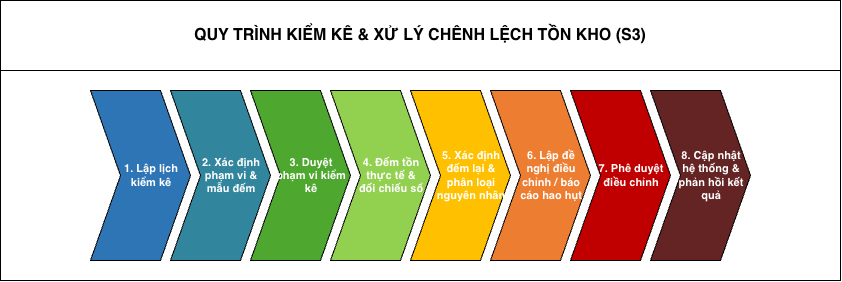
Above: docs/workspaces/NguyenCongHung/svg/bpmn-chevron-s3.drawio.png in anthinh-io/bpm-acfc-vietnam-analysis (draw.io), before the change. Source tidied: cells renumbered, new cells last; positions are measured from the earlier drawing's top-left corner, leaving out a move shared by most shapes.
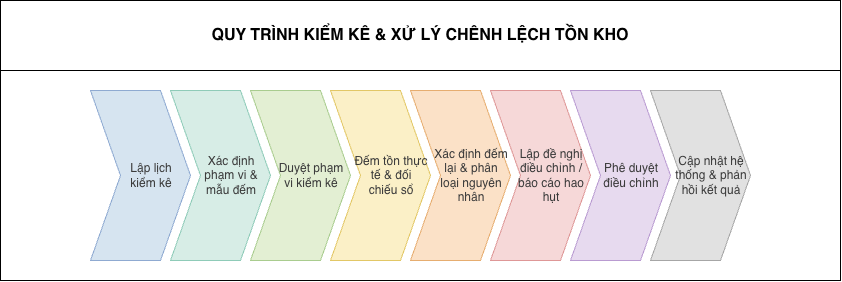
The same file after the commit.

Change to the diagram source:
```diff
@@ -2,34 +2,34 @@
   <root>
     <mxCell id="0" />
     <mxCell id="1" parent="0" />
-    <mxCell id="2" value="QUY TRÌNH KIỂM KÊ &amp; XỬ LÝ CHÊNH LỆCH TỒN KHO (S3)" style="rounded=0;whiteSpace=wrap;html=1;align=center;verticalAlign=middle;fontSize=16;fontStyle=1;fontColor=#000000;" parent="1" vertex="1">
+    <mxCell id="2" value="QUY TRÌNH KIỂM KÊ &amp; XỬ LÝ CHÊNH LỆCH TỒN KHO" style="rounded=0;whiteSpace=wrap;html=1;align=center;verticalAlign=middle;fontSize=16;fontStyle=1;fontColor=#000000;" parent="1" vertex="1">
       <mxGeometry width="840" height="70" as="geometry" />
     </mxCell>
     <mxCell id="3" style="rounded=0;whiteSpace=wrap;html=1;" parent="1" vertex="1">
       <mxGeometry y="70" width="840" height="210" as="geometry" />
     </mxCell>
-    <mxCell id="4" value="1. Lập lịch&lt;br&gt;kiểm kê" style="html=1;shadow=0;dashed=0;align=center;verticalAlign=middle;shape=mxgraph.arrows2.arrow;dy=0;dx=30;notch=30;whiteSpace=wrap;spacingLeft=22;fillColor=#2E75B6;strokeColor=#000000;fontColor=#ffffff;fontSize=11;fontStyle=1;" parent="1" vertex="1">
+    <mxCell id="4" value="Lập lịch&lt;br&gt;kiểm kê" style="html=1;shadow=0;dashed=0;align=center;verticalAlign=middle;shape=mxgraph.arrows2.arrow;dy=0;dx=30;notch=30;whiteSpace=wrap;spacingLeft=22;fillColor=#D6E4F0;strokeColor=#8FAAD1;fontColor=#3B3B3B;fontSize=12;fontStyle=0;" parent="1" vertex="1">
       <mxGeometry x="90" y="90" width="100" height="170" as="geometry" />
     </mxCell>
-    <mxCell id="5" value="2. Xác định&lt;br&gt;phạm vi &amp;&lt;br&gt;mẫu đếm" style="html=1;shadow=0;dashed=0;align=center;verticalAlign=middle;shape=mxgraph.arrows2.arrow;dy=0;dx=30;notch=30;whiteSpace=wrap;spacingLeft=22;fillColor=#31859C;strokeColor=#000000;fontColor=#ffffff;fontSize=11;fontStyle=1;" parent="1" vertex="1">
+    <mxCell id="5" value="Xác định&lt;br&gt;phạm vi &amp;&lt;br&gt;mẫu đếm" style="html=1;shadow=0;dashed=0;align=center;verticalAlign=middle;shape=mxgraph.arrows2.arrow;dy=0;dx=30;notch=30;whiteSpace=wrap;spacingLeft=22;fillColor=#D7EDE6;strokeColor=#8FCBB8;fontColor=#3B3B3B;fontSize=12;fontStyle=0;" parent="1" vertex="1">
       <mxGeometry x="170" y="90" width="100" height="170" as="geometry" />
     </mxCell>
-    <mxCell id="6" value="3. Duyệt&lt;br&gt;phạm vi kiểm&lt;br&gt;kê" style="html=1;shadow=0;dashed=0;align=center;verticalAlign=middle;shape=mxgraph.arrows2.arrow;dy=0;dx=30;notch=30;whiteSpace=wrap;spacingLeft=22;fillColor=#4EA72E;strokeColor=#000000;fontColor=#ffffff;fontSize=11;fontStyle=1;" parent="1" vertex="1">
+    <mxCell id="6" value="Duyệt phạm&lt;br&gt;vi kiểm kê" style="html=1;shadow=0;dashed=0;align=center;verticalAlign=middle;shape=mxgraph.arrows2.arrow;dy=0;dx=30;notch=30;whiteSpace=wrap;spacingLeft=22;fillColor=#E3EFD3;strokeColor=#A9CC8F;fontColor=#3B3B3B;fontSize=12;fontStyle=0;" parent="1" vertex="1">
       <mxGeometry x="250" y="90" width="100" height="170" as="geometry" />
     </mxCell>
-    <mxCell id="7" value="4. Đếm tồn&lt;br&gt;thực tế &amp;&lt;br&gt;đối chiếu sổ" style="html=1;shadow=0;dashed=0;align=center;verticalAlign=middle;shape=mxgraph.arrows2.arrow;dy=0;dx=30;notch=30;whiteSpace=wrap;spacingLeft=22;fillColor=#92D050;strokeColor=#000000;fontColor=#ffffff;fontSize=11;fontStyle=1;" parent="1" vertex="1">
+    <mxCell id="7" value="Đếm tồn thực&lt;br&gt;tế &amp; đối&lt;br&gt;chiếu sổ" style="html=1;shadow=0;dashed=0;align=center;verticalAlign=middle;shape=mxgraph.arrows2.arrow;dy=0;dx=30;notch=30;whiteSpace=wrap;spacingLeft=22;fillColor=#FBF0C7;strokeColor=#E2C766;fontColor=#3B3B3B;fontSize=12;fontStyle=0;" parent="1" vertex="1">
       <mxGeometry x="330" y="90" width="100" height="170" as="geometry" />
     </mxCell>
-    <mxCell id="8" value="5. Xác định&lt;br&gt;đếm lại &amp;&lt;br&gt;phân loại&lt;br&gt;nguyên nhân" style="html=1;shadow=0;dashed=0;align=center;verticalAlign=middle;shape=mxgraph.arrows2.arrow;dy=0;dx=30;notch=30;whiteSpace=wrap;spacingLeft=22;fillColor=#FFC000;strokeColor=#000000;fontColor=#ffffff;fontSize=11;fontStyle=1;" parent="1" vertex="1">
+    <mxCell id="8" value="Xác định đếm&lt;br&gt;lại &amp; phân&lt;br&gt;loại nguyên&lt;br&gt;nhân" style="html=1;shadow=0;dashed=0;align=center;verticalAlign=middle;shape=mxgraph.arrows2.arrow;dy=0;dx=30;notch=30;whiteSpace=wrap;spacingLeft=22;fillColor=#FBE1C7;strokeColor=#E6AD70;fontColor=#3B3B3B;fontSize=12;fontStyle=0;" parent="1" vertex="1">
       <mxGeometry x="410" y="90" width="100" height="170" as="geometry" />
     </mxCell>
-    <mxCell id="9" value="6. Lập đề&lt;br&gt;nghị điều&lt;br&gt;chỉnh / báo&lt;br&gt;cáo hao hụt" style="html=1;shadow=0;dashed=0;align=center;verticalAlign=middle;shape=mxgraph.arrows2.arrow;dy=0;dx=30;notch=30;whiteSpace=wrap;spacingLeft=22;fillColor=#ED7D31;strokeColor=#000000;fontColor=#ffffff;fontSize=11;fontStyle=1;" parent="1" vertex="1">
+    <mxCell id="9" value="Lập đề nghị&lt;br&gt;điều chỉnh /&lt;br&gt;báo cáo hao&lt;br&gt;hụt" style="html=1;shadow=0;dashed=0;align=center;verticalAlign=middle;shape=mxgraph.arrows2.arrow;dy=0;dx=30;notch=30;whiteSpace=wrap;spacingLeft=22;fillColor=#F6D8D8;strokeColor=#DE9797;fontColor=#3B3B3B;fontSize=12;fontStyle=0;" parent="1" vertex="1">
       <mxGeometry x="490" y="90" width="100" height="170" as="geometry" />
     </mxCell>
-    <mxCell id="10" value="7. Phê duyệt&lt;br&gt;điều chỉnh" style="html=1;shadow=0;dashed=0;align=center;verticalAlign=middle;shape=mxgraph.arrows2.arrow;dy=0;dx=30;notch=30;whiteSpace=wrap;spacingLeft=22;fillColor=#C00000;strokeColor=#000000;fontColor=#ffffff;fontSize=11;fontStyle=1;" parent="1" vertex="1">
+    <mxCell id="10" value="Phê duyệt&lt;br&gt;điều chỉnh" style="html=1;shadow=0;dashed=0;align=center;verticalAlign=middle;shape=mxgraph.arrows2.arrow;dy=0;dx=30;notch=30;whiteSpace=wrap;spacingLeft=22;fillColor=#E7DAEF;strokeColor=#B99BD1;fontColor=#3B3B3B;fontSize=12;fontStyle=0;" parent="1" vertex="1">
       <mxGeometry x="570" y="90" width="100" height="170" as="geometry" />
     </mxCell>
-    <mxCell id="11" value="8. Cập nhật&lt;br&gt;hệ thống &amp;&lt;br&gt;phản hồi kết&lt;br&gt;quả" style="html=1;shadow=0;dashed=0;align=center;verticalAlign=middle;shape=mxgraph.arrows2.arrow;dy=0;dx=30;notch=30;whiteSpace=wrap;spacingLeft=22;fillColor=#632423;strokeColor=#000000;fontColor=#ffffff;fontSize=11;fontStyle=1;" parent="1" vertex="1">
+    <mxCell id="11" value="Cập nhật hệ&lt;br&gt;thống &amp; phản&lt;br&gt;hồi kết quả" style="html=1;shadow=0;dashed=0;align=center;verticalAlign=middle;shape=mxgraph.arrows2.arrow;dy=0;dx=30;notch=30;whiteSpace=wrap;spacingLeft=22;fillColor=#E1E1E1;strokeColor=#A6A6A6;fontColor=#3B3B3B;fontSize=12;fontStyle=0;" parent="1" vertex="1">
       <mxGeometry x="650" y="90" width="100" height="170" as="geometry" />
     </mxCell>
   </root>
```
